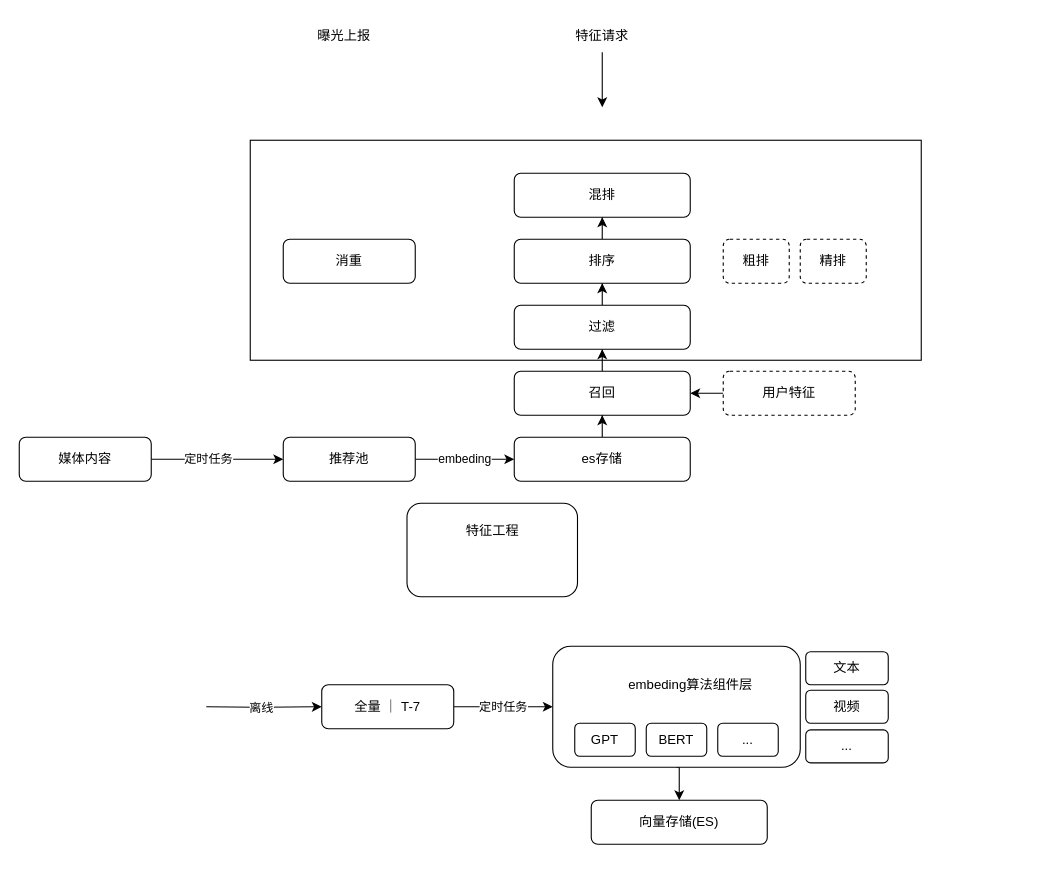
Above: readflow.drawio in axtrur/resource (draw.io), before the change. Source tidied: cells renumbered, new cells numbered last; positions are measured from the earlier drawing's top-left corner, leaving out a move shared by most shapes. Both pictures are drawn from the tidied source at 110%, with x=0, y=0 at pixel (19, 19).
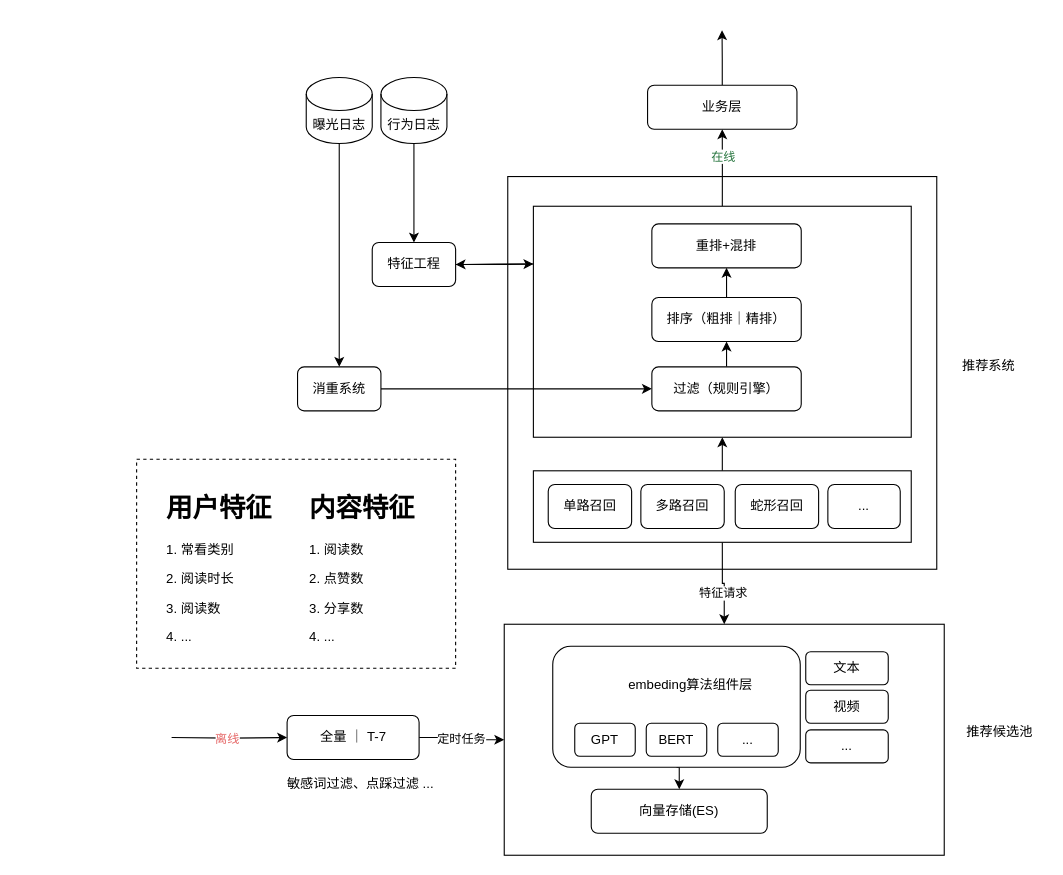
After the change.

Unchanged cells that the change refers to:
```xml
<mxCell id="4" style="rounded=1;whiteSpace=wrap;html=1;" parent="1" vertex="1">
  <mxGeometry x="485" y="570" width="225" height="110" as="geometry" />
</mxCell>
```

The edit, as a diff of the source:
```diff
@@
-    <mxCell id="2" style="rounded=1;whiteSpace=wrap;html=1;" parent="1" vertex="1">
-      <mxGeometry x="352.5" y="440" width="155" height="85" as="geometry" />
-    </mxCell>
+    <mxCell id="42" style="rounded=0;whiteSpace=wrap;html=1;dashed=1;" parent="1" vertex="1">
+      <mxGeometry x="106.7" y="400" width="290" height="190" as="geometry" />
+    </mxCell>
+    <mxCell id="43" style="rounded=0;whiteSpace=wrap;html=1;" parent="1" vertex="1">
+      <mxGeometry x="444.1" y="143" width="390" height="357" as="geometry" />
+    </mxCell>
+    <mxCell id="44" style="rounded=0;whiteSpace=wrap;html=1;" parent="1" vertex="1">
+      <mxGeometry x="440.9" y="550" width="400" height="210" as="geometry" />
+    </mxCell>
@@
-    <mxCell id="5" style="rounded=0;whiteSpace=wrap;html=1;" parent="1" vertex="1">
-      <mxGeometry x="210" y="110" width="610" height="200" as="geometry" />
-    </mxCell>
-    <mxCell id="6" style="edgeStyle=orthogonalEdgeStyle;rounded=0;jettySize=auto;html=1;exitX=0.5;exitY=0;exitDx=0;exitDy=0;" parent="1" edge="1" source="7" target="9">
-      <mxGeometry relative="1" as="geometry" />
-    </mxCell>
-    <mxCell id="7" style="rounded=1;whiteSpace=wrap;html=1;" parent="1" vertex="1">
-      <mxGeometry x="450" y="320" width="160" height="40" as="geometry" />
-    </mxCell>
-    <mxCell id="8" style="edgeStyle=orthogonalEdgeStyle;rounded=0;jettySize=auto;html=1;exitX=0.5;exitY=0;exitDx=0;exitDy=0;" parent="1" edge="1" source="9" target="11">
-      <mxGeometry relative="1" as="geometry" />
-    </mxCell>
-    <mxCell id="9" value="过滤" style="rounded=1;whiteSpace=wrap;html=1;" parent="1" vertex="1">
-      <mxGeometry x="450" y="260" width="160" height="40" as="geometry" />
-    </mxCell>
-    <mxCell id="10" style="edgeStyle=orthogonalEdgeStyle;rounded=0;jettySize=auto;html=1;exitX=0.5;exitY=0;exitDx=0;exitDy=0;" parent="1" edge="1" source="11" target="12">
-      <mxGeometry relative="1" as="geometry" />
-    </mxCell>
-    <mxCell id="11" value="排序" style="rounded=1;whiteSpace=wrap;html=1;" parent="1" vertex="1">
-      <mxGeometry x="450" y="200" width="160" height="40" as="geometry" />
-    </mxCell>
-    <mxCell id="12" value="混排" style="rounded=1;whiteSpace=wrap;html=1;" parent="1" vertex="1">
-      <mxGeometry x="450" y="140" width="160" height="40" as="geometry" />
-    </mxCell>
-    <mxCell id="13" value="embeding" style="edgeStyle=orthogonalEdgeStyle;rounded=0;jettySize=auto;html=1;exitX=1;exitY=0.5;exitDx=0;exitDy=0;entryX=0;entryY=0.5;entryDx=0;entryDy=0;" parent="1" edge="1" source="14" target="17">
-      <mxGeometry relative="1" as="geometry" />
-    </mxCell>
-    <mxCell id="14" value="推荐池" style="rounded=1;whiteSpace=wrap;html=1;" parent="1" vertex="1">
-      <mxGeometry x="240" y="380" width="120" height="40" as="geometry" />
-    </mxCell>
-    <mxCell id="15" value="召回" style="text;html=1;strokeColor=none;fillColor=none;align=center;verticalAlign=middle;whiteSpace=wrap;rounded=0;" parent="1" vertex="1">
-      <mxGeometry x="500" y="325" width="60" height="30" as="geometry" />
-    </mxCell>
-    <mxCell id="16" style="edgeStyle=orthogonalEdgeStyle;rounded=0;jettySize=auto;html=1;exitX=0.5;exitY=0;exitDx=0;exitDy=0;" parent="1" edge="1" source="17" target="7">
-      <mxGeometry relative="1" as="geometry" />
-    </mxCell>
-    <mxCell id="17" value="es存储" style="rounded=1;whiteSpace=wrap;html=1;" parent="1" vertex="1">
-      <mxGeometry x="450" y="380" width="160" height="40" as="geometry" />
-    </mxCell>
-    <mxCell id="18" value="消重" style="rounded=1;whiteSpace=wrap;html=1;" parent="1" vertex="1">
-      <mxGeometry x="240" y="200" width="120" height="40" as="geometry" />
-    </mxCell>
-    <mxCell id="19" style="edgeStyle=orthogonalEdgeStyle;rounded=0;jettySize=auto;html=1;exitX=1;exitY=0.5;exitDx=0;exitDy=0;" parent="1" edge="1" source="21" target="14">
-      <mxGeometry relative="1" as="geometry" />
-    </mxCell>
-    <mxCell id="20" value="定时任务" style="edgeLabel;html=1;align=center;verticalAlign=middle;" parent="19" vertex="1">
-      <mxGeometry x="-0.15" y="1" relative="1" as="geometry" />
-    </mxCell>
-    <mxCell id="21" value="媒体内容" style="rounded=1;whiteSpace=wrap;html=1;" parent="1" vertex="1">
-      <mxGeometry y="380" width="120" height="40" as="geometry" />
-    </mxCell>
-    <mxCell id="22" value="粗排" style="rounded=1;whiteSpace=wrap;html=1;dashed=1;" parent="1" vertex="1">
-      <mxGeometry x="640" y="200" width="60" height="40" as="geometry" />
-    </mxCell>
-    <mxCell id="23" value="精排" style="rounded=1;whiteSpace=wrap;html=1;dashed=1;" parent="1" vertex="1">
-      <mxGeometry x="710" y="200" width="60" height="40" as="geometry" />
-    </mxCell>
-    <mxCell id="24" style="edgeStyle=orthogonalEdgeStyle;rounded=0;jettySize=auto;html=1;exitX=0.5;exitY=1;exitDx=0;exitDy=0;" parent="1" edge="1" source="25">
-      <mxGeometry relative="1" as="geometry">
-        <mxPoint x="530" y="80" as="targetPoint" />
-      </mxGeometry>
-    </mxCell>
-    <mxCell id="25" value="特征请求" style="text;html=1;strokeColor=none;fillColor=none;align=center;verticalAlign=middle;whiteSpace=wrap;rounded=0;" parent="1" vertex="1">
-      <mxGeometry x="500" width="60" height="30" as="geometry" />
-    </mxCell>
-    <mxCell id="26" style="edgeStyle=orthogonalEdgeStyle;rounded=0;jettySize=auto;html=1;exitX=0;exitY=0.5;exitDx=0;exitDy=0;" parent="1" edge="1" source="27" target="7">
-      <mxGeometry relative="1" as="geometry" />
-    </mxCell>
-    <mxCell id="27" value="用户特征" style="rounded=1;whiteSpace=wrap;html=1;dashed=1;" parent="1" vertex="1">
-      <mxGeometry x="640" y="320" width="120" height="40" as="geometry" />
-    </mxCell>
-    <mxCell id="28" value="曝光上报" style="text;html=1;align=center;verticalAlign=middle;strokeColor=none;fillColor=none;" parent="1" vertex="1">
-      <mxGeometry x="260" width="70" height="30" as="geometry" />
-    </mxCell>
-    <mxCell id="29" value="特征工程" style="text;html=1;align=center;verticalAlign=middle;points=[];strokeColor=none;fillColor=none;" parent="1" vertex="1">
-      <mxGeometry x="395" y="450" width="70" height="30" as="geometry" />
-    </mxCell>
@@
     <mxCell id="34" value="向量存储(ES)" style="rounded=1;whiteSpace=wrap;html=1;" parent="1" vertex="1">
-      <mxGeometry x="520" y="710" width="160" height="40" as="geometry" />
+      <mxGeometry x="520" y="700" width="160" height="40" as="geometry" />
     </mxCell>
-    <mxCell id="35" value="定时任务" style="edgeStyle=orthogonalEdgeStyle;rounded=0;jettySize=auto;html=1;exitX=1;exitY=0.5;exitDx=0;exitDy=0;entryX=0;entryY=0.5;entryDx=0;entryDy=0;" parent="1" edge="1" source="36" target="4">
+    <mxCell id="35" value="定时任务" style="edgeStyle=orthogonalEdgeStyle;rounded=0;jettySize=auto;html=1;exitX=1;exitY=0.5;exitDx=0;exitDy=0;entryX=0;entryY=0.5;entryDx=0;entryDy=0;" parent="1" edge="1" source="36" target="44">
       <mxGeometry relative="1" as="geometry" />
     </mxCell>
     <mxCell id="36" value="全量 ｜ T-7" style="rounded=1;whiteSpace=wrap;html=1;" parent="1" vertex="1">
-      <mxGeometry x="275" y="605" width="120" height="40" as="geometry" />
+      <mxGeometry x="243.5" y="633" width="120" height="40" as="geometry" />
     </mxCell>
     <mxCell id="37" style="edgeStyle=orthogonalEdgeStyle;rounded=0;jettySize=auto;html=1;" parent="1" edge="1" target="36">
       <mxGeometry relative="1" as="geometry">
-        <mxPoint x="170" y="625" as="sourcePoint" />
+        <mxPoint x="138.5" y="653" as="sourcePoint" />
       </mxGeometry>
     </mxCell>
-    <mxCell id="38" value="离线" style="edgeLabel;html=1;align=center;verticalAlign=middle;" parent="37" vertex="1">
+    <mxCell id="38" value="离线" style="edgeLabel;html=1;align=center;verticalAlign=middle;fontColor=#e56666;" parent="37" vertex="1">
       <mxGeometry x="-0.34" y="-1" relative="1" as="geometry">
         <mxPoint x="15" y="-1" as="offset" />
       </mxGeometry>
     </mxCell>
@@
+    <mxCell id="45" style="edgeStyle=orthogonalEdgeStyle;rounded=0;jettySize=auto;html=1;exitX=0.5;exitY=0;exitDx=0;exitDy=0;entryX=0.5;entryY=1;entryDx=0;entryDy=0;" parent="1" edge="1" source="47" target="55">
+      <mxGeometry relative="1" as="geometry" />
+    </mxCell>
+    <mxCell id="46" style="edgeStyle=orthogonalEdgeStyle;rounded=0;jettySize=auto;html=1;exitX=0.5;exitY=1;exitDx=0;exitDy=0;entryX=0.5;entryY=0;entryDx=0;entryDy=0;" parent="1" edge="1" source="47" target="44">
+      <mxGeometry relative="1" as="geometry" />
+    </mxCell>
+    <mxCell id="25" value="特征请求" style="edgeLabel;html=1;align=center;verticalAlign=middle;points=[];" parent="46" vertex="1">
+      <mxGeometry x="-0.25" relative="1" as="geometry">
+        <mxPoint y="17" as="offset" />
+      </mxGeometry>
+    </mxCell>
+    <mxCell id="47" style="rounded=0;whiteSpace=wrap;html=1;" parent="1" vertex="1">
+      <mxGeometry x="467.4" y="410.5" width="343.5" height="65" as="geometry" />
+    </mxCell>
+    <mxCell id="48" value="单路召回" style="rounded=1;whiteSpace=wrap;html=1;" parent="1" vertex="1">
+      <mxGeometry x="480.9" y="423" width="75.8" height="40" as="geometry" />
+    </mxCell>
+    <mxCell id="49" value="多路召回" style="rounded=1;whiteSpace=wrap;html=1;" parent="1" vertex="1">
+      <mxGeometry x="565.1" y="423" width="75.8" height="40" as="geometry" />
+    </mxCell>
+    <mxCell id="50" value="蛇形召回" style="rounded=1;whiteSpace=wrap;html=1;" parent="1" vertex="1">
+      <mxGeometry x="650.9" y="423" width="75.8" height="40" as="geometry" />
+    </mxCell>
+    <mxCell id="51" value="..." style="rounded=1;whiteSpace=wrap;html=1;" parent="1" vertex="1">
+      <mxGeometry x="735.1" y="423" width="65.8" height="40" as="geometry" />
+    </mxCell>
+    <mxCell id="52" style="edgeStyle=orthogonalEdgeStyle;rounded=0;jettySize=auto;html=1;exitX=0.5;exitY=0;exitDx=0;exitDy=0;" parent="1" edge="1" source="55" target="64">
+      <mxGeometry relative="1" as="geometry" />
+    </mxCell>
+    <mxCell id="53" value="在线" style="edgeLabel;html=1;align=center;verticalAlign=middle;fontColor=#25743d;" parent="52" vertex="1">
+      <mxGeometry x="0.01" y="-1" relative="1" as="geometry">
+        <mxPoint x="-1" y="-11" as="offset" />
+      </mxGeometry>
+    </mxCell>
+    <mxCell id="54" style="edgeStyle=orthogonalEdgeStyle;rounded=0;jettySize=auto;html=1;exitX=0;exitY=0.25;exitDx=0;exitDy=0;entryX=1;entryY=0.5;entryDx=0;entryDy=0;" parent="1" edge="1" source="55" target="29">
+      <mxGeometry relative="1" as="geometry" />
+    </mxCell>
+    <mxCell id="55" style="rounded=0;whiteSpace=wrap;html=1;" parent="1" vertex="1">
+      <mxGeometry x="467.4" y="170" width="343.5" height="210" as="geometry" />
+    </mxCell>
+    <mxCell id="56" style="edgeStyle=orthogonalEdgeStyle;rounded=0;jettySize=auto;html=1;exitX=1;exitY=0.5;exitDx=0;exitDy=0;" parent="1" edge="1" source="57" target="61">
+      <mxGeometry relative="1" as="geometry" />
+    </mxCell>
+    <mxCell id="57" value="消重系统" style="rounded=1;whiteSpace=wrap;html=1;" parent="1" vertex="1">
+      <mxGeometry x="253" y="316" width="75.8" height="40" as="geometry" />
+    </mxCell>
+    <mxCell id="58" style="edgeStyle=orthogonalEdgeStyle;rounded=0;jettySize=auto;html=1;exitX=0.5;exitY=0;exitDx=0;exitDy=0;" parent="1" edge="1" source="59" target="62">
+      <mxGeometry relative="1" as="geometry" />
+    </mxCell>
+    <mxCell id="59" value="排序（粗排｜精排）" style="rounded=1;whiteSpace=wrap;html=1;" parent="1" vertex="1">
+      <mxGeometry x="575.1" y="253" width="135.8" height="40" as="geometry" />
+    </mxCell>
+    <mxCell id="60" style="edgeStyle=orthogonalEdgeStyle;rounded=0;jettySize=auto;html=1;exitX=0.5;exitY=0;exitDx=0;exitDy=0;" parent="1" edge="1" source="61" target="59">
+      <mxGeometry relative="1" as="geometry" />
+    </mxCell>
+    <mxCell id="61" value="过滤（规则引擎）" style="rounded=1;whiteSpace=wrap;html=1;" parent="1" vertex="1">
+      <mxGeometry x="575.1" y="316" width="135.8" height="40" as="geometry" />
+    </mxCell>
+    <mxCell id="62" value="重排+混排" style="rounded=1;whiteSpace=wrap;html=1;" parent="1" vertex="1">
+      <mxGeometry x="575.1" y="186" width="135.8" height="40" as="geometry" />
+    </mxCell>
+    <mxCell id="63" style="edgeStyle=orthogonalEdgeStyle;rounded=0;jettySize=auto;html=1;exitX=0.5;exitY=0;exitDx=0;exitDy=0;" parent="1" edge="1" source="64">
+      <mxGeometry relative="1" as="geometry">
+        <mxPoint x="638.9" y="10" as="targetPoint" />
+      </mxGeometry>
+    </mxCell>
+    <mxCell id="64" value="业务层" style="rounded=1;whiteSpace=wrap;html=1;" parent="1" vertex="1">
+      <mxGeometry x="571.2" y="60" width="135.8" height="40" as="geometry" />
+    </mxCell>
+    <mxCell id="65" style="edgeStyle=orthogonalEdgeStyle;rounded=0;jettySize=auto;html=1;exitX=1;exitY=0.5;exitDx=0;exitDy=0;entryX=0;entryY=0.25;entryDx=0;entryDy=0;" parent="1" edge="1" source="29" target="55">
+      <mxGeometry relative="1" as="geometry" />
+    </mxCell>
+    <mxCell id="29" value="特征工程" style="rounded=1;whiteSpace=wrap;html=1;" parent="1" vertex="1">
+      <mxGeometry x="320.9" y="203" width="75.8" height="40" as="geometry" />
+    </mxCell>
+    <mxCell id="66" style="edgeStyle=orthogonalEdgeStyle;rounded=0;jettySize=auto;html=1;exitX=0.5;exitY=1;exitDx=0;exitDy=0;exitPerimeter=0;entryX=0.5;entryY=0;entryDx=0;entryDy=0;" parent="1" edge="1" source="69" target="57">
+      <mxGeometry relative="1" as="geometry" />
+    </mxCell>
+    <mxCell id="67" style="edgeStyle=orthogonalEdgeStyle;rounded=0;jettySize=auto;html=1;exitX=0.5;exitY=1;exitDx=0;exitDy=0;exitPerimeter=0;entryX=0.5;entryY=0;entryDx=0;entryDy=0;" parent="1" edge="1" source="70" target="29">
+      <mxGeometry relative="1" as="geometry" />
+    </mxCell>
+    <mxCell id="68" style="group;" parent="1" vertex="1">
+      <mxGeometry x="260.9" y="53" width="127.9" height="60" as="geometry" />
+    </mxCell>
+    <mxCell id="69" value="曝光日志" style="shape=cylinder3;whiteSpace=wrap;html=1;boundedLbl=1;backgroundOutline=1;size=15;" parent="68" vertex="1">
+      <mxGeometry width="60" height="60" as="geometry" />
+    </mxCell>
+    <mxCell id="70" value="行为日志" style="shape=cylinder3;whiteSpace=wrap;html=1;boundedLbl=1;backgroundOutline=1;size=15;" parent="68" vertex="1">
+      <mxGeometry x="67.9" width="60" height="60" as="geometry" />
+    </mxCell>
+    <mxCell id="71" value="推荐候选池" style="text;html=1;align=center;verticalAlign=middle;strokeColor=none;fillColor=none;" parent="1" vertex="1">
+      <mxGeometry x="850.9" y="633" width="80" height="30" as="geometry" />
+    </mxCell>
+    <mxCell id="72" value="&lt;h1&gt;内容特征&lt;/h1&gt;&lt;p&gt;1. 阅读数&lt;/p&gt;&lt;p&gt;2. 点赞数&lt;/p&gt;&lt;p&gt;3. 分享数&lt;/p&gt;&lt;p&gt;4. ...&lt;/p&gt;" style="text;html=1;strokeColor=none;fillColor=none;spacing=5;spacingTop=-20;whiteSpace=wrap;overflow=hidden;rounded=0;" parent="1" vertex="1">
+      <mxGeometry x="259.3" y="425" width="120" height="150" as="geometry" />
+    </mxCell>
+    <mxCell id="73" value="&lt;h1&gt;用户特征&lt;/h1&gt;&lt;p&gt;1. 常看类别&lt;/p&gt;&lt;p&gt;2. 阅读时长&lt;/p&gt;&lt;p&gt;3. 阅读数&lt;/p&gt;&lt;p&gt;4. ...&lt;/p&gt;" style="text;html=1;strokeColor=none;fillColor=none;spacing=5;spacingTop=-20;whiteSpace=wrap;overflow=hidden;rounded=0;" parent="1" vertex="1">
+      <mxGeometry x="129.3" y="425" width="120" height="150" as="geometry" />
+    </mxCell>
+    <mxCell id="74" value="敏感词过滤、点踩过滤 ..." style="text;html=1;align=center;verticalAlign=middle;strokeColor=none;fillColor=none;" parent="1" vertex="1">
+      <mxGeometry x="230.2" y="680" width="160" height="30" as="geometry" />
+    </mxCell>
+    <mxCell id="75" value="推荐系统" style="text;html=1;align=center;verticalAlign=middle;strokeColor=none;fillColor=none;" parent="1" vertex="1">
+      <mxGeometry x="845.9" y="300" width="70" height="30" as="geometry" />
+    </mxCell>
```
